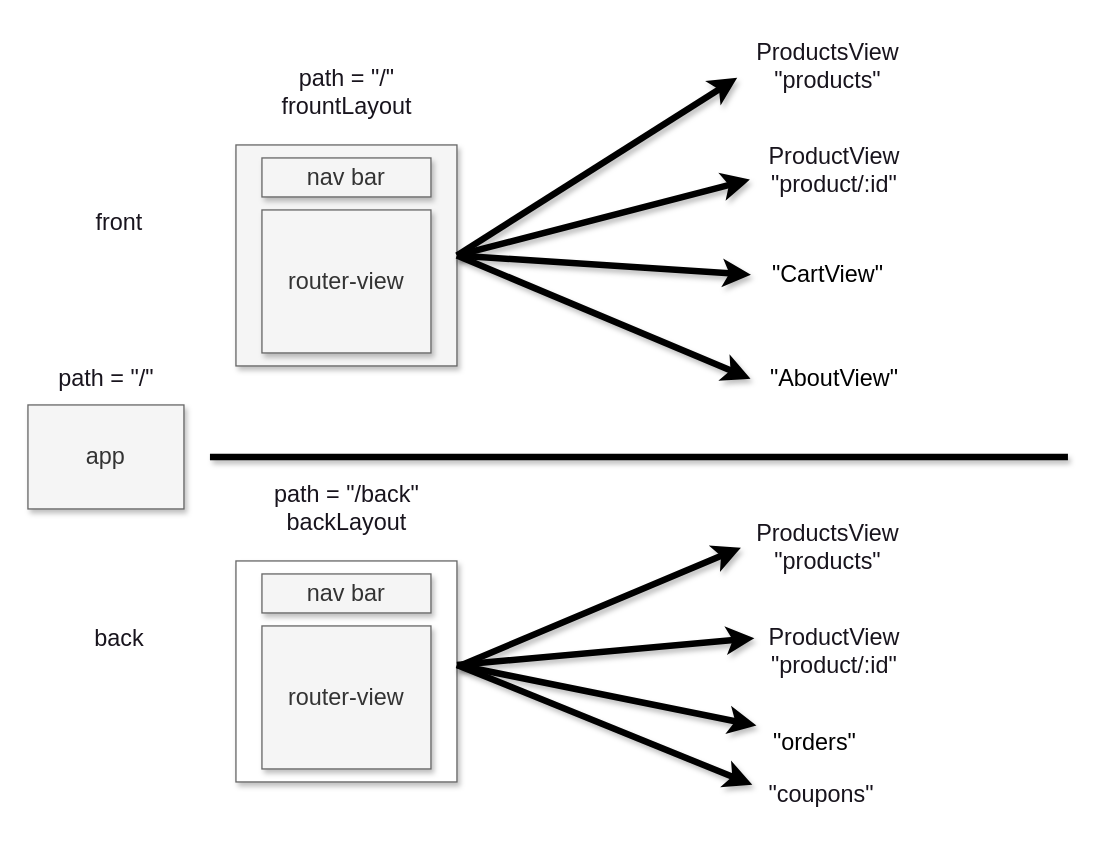
The draw.io diagram router.drawio in NekoBoxy/vue-winter-works-week7, before the edit. Source tidied: cells renumbered, new cells numbered last; positions are measured from the earlier drawing's top-left corner, leaving out a move shared by most shapes. Both pictures are drawn from the tidied source at 130%, with x=0, y=0 at pixel (27, 27).
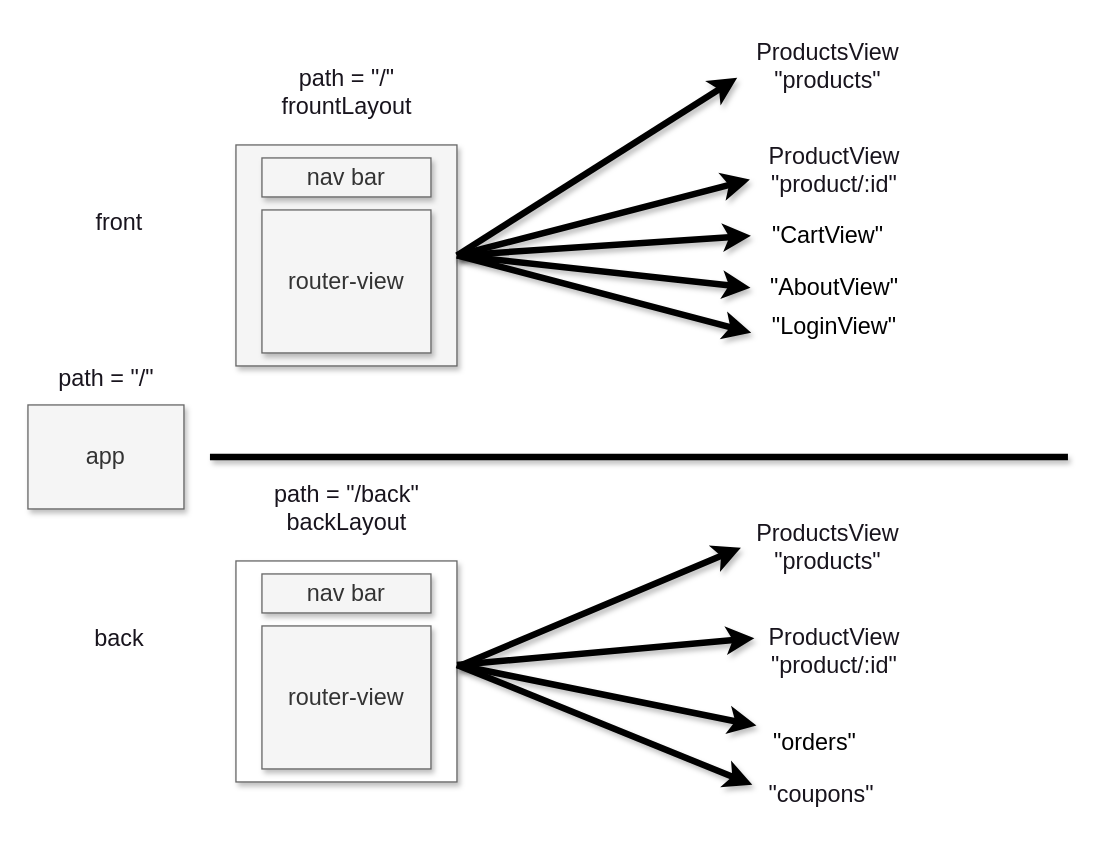
The same diagram, later.

Commit message (it also covers changes not shown here):
build router & adminlogin.vue for LV1

Unchanged cells that the change refers to:
```xml
<mxCell id="6" style="whiteSpace=wrap;html=1;fontSize=18;shadow=1;strokeColor=#666666;fontColor=#333333;fillColor=#f5f5f5;" parent="1" vertex="1">
  <mxGeometry x="160" y="90" width="170" height="170" as="geometry" />
</mxCell>
```

Change to the diagram source:
```diff
@@
     <mxCell id="18" value="&quot;CartView&quot;" style="text;html=1;align=center;verticalAlign=middle;points=[];fontSize=18;shadow=1;strokeWidth=5;strokeColor=none;fontColor=#000000;" parent="1" vertex="1">
-      <mxGeometry x="560" y="170" width="110" height="40" as="geometry" />
+      <mxGeometry x="560" y="140" width="110" height="40" as="geometry" />
     </mxCell>
     <mxCell id="19" value="&quot;AboutView&quot;" style="text;html=1;align=center;verticalAlign=middle;points=[];fontSize=18;shadow=1;strokeWidth=5;strokeColor=none;fontColor=#000000;" parent="1" vertex="1">
-      <mxGeometry x="560" y="250" width="120" height="40" as="geometry" />
+      <mxGeometry x="560" y="180" width="120" height="40" as="geometry" />
     </mxCell>
@@
+    <mxCell id="31" value="&quot;LoginView&quot;" style="text;html=1;align=center;verticalAlign=middle;points=[];fontSize=18;shadow=1;strokeWidth=5;strokeColor=none;fontColor=#000000;" parent="1" vertex="1">
+      <mxGeometry x="560" y="210" width="120" height="40" as="geometry" />
+    </mxCell>
+    <mxCell id="32" style="endArrow=classic;html=1;fontSize=18;entryX=-0.03;entryY=0.61;entryDx=0;entryDy=0;entryPerimeter=0;strokeWidth=5;exitX=1;exitY=0.5;exitDx=0;exitDy=0;shadow=1;fontColor=#18141d;strokeColor=#000000;" parent="1" edge="1" source="6" target="31">
+      <mxGeometry relative="1" as="geometry" />
+    </mxCell>
```
